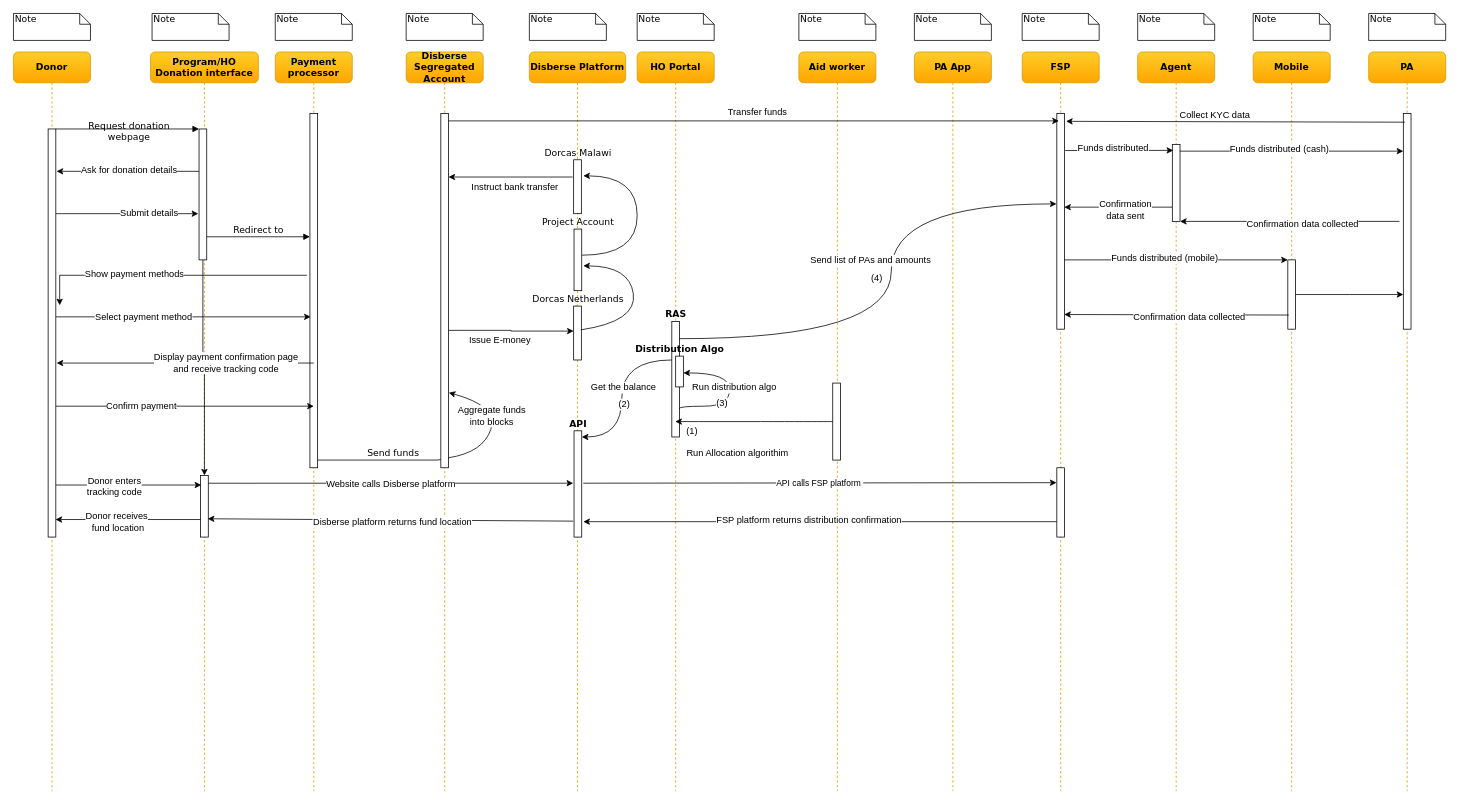
Before: Funds Flow Sequence Diagram.drawio in nsward/diagrams, a draw.io diagram. Source tidied: cells renumbered, new cells numbered last; positions are measured from the earlier drawing's top-left corner, leaving out a move shared by most shapes. Both pictures are drawn from the tidied source at 77%, with x=0, y=0 at pixel (13, 13).
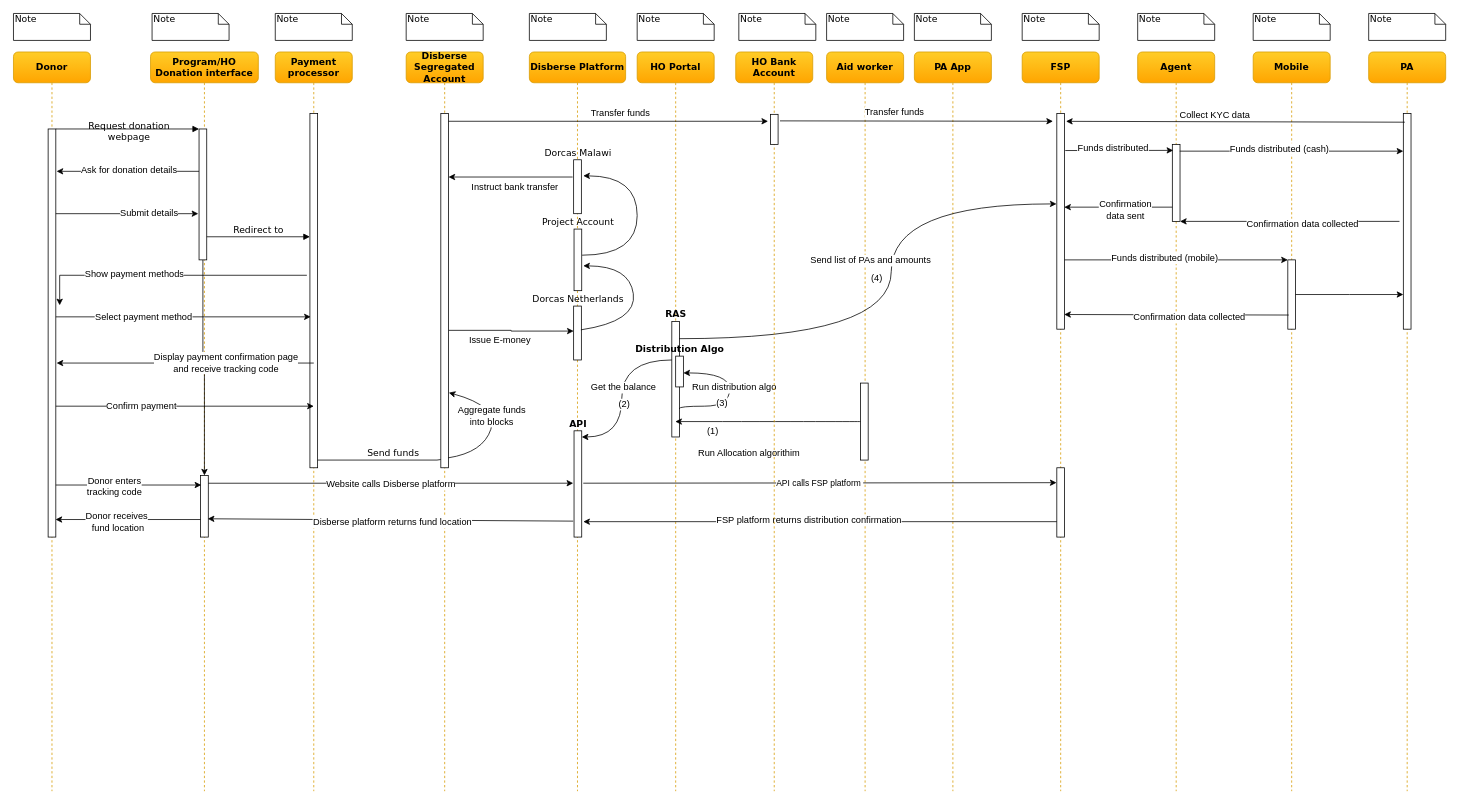
After the change.

Unchanged cells that the change refers to:
```xml
<mxCell id="19" style="html=1;points=[];perimeter=orthogonalPerimeter;rounded=0;shadow=0;comic=0;labelBackgroundColor=none;strokeColor=#000000;strokeWidth=1;fillColor=#FFFFFF;fontFamily=Verdana;fontSize=12;fontColor=#000000;align=center;verticalAlign=bottom;labelPosition=center;verticalLabelPosition=top;direction=west;" parent="18" vertex="1">
  <mxGeometry x="45" y="80" width="10" height="280" as="geometry" />
</mxCell>
<mxCell id="46" style="html=1;points=[];perimeter=orthogonalPerimeter;rounded=0;shadow=0;comic=0;labelBackgroundColor=none;strokeColor=#000000;strokeWidth=1;fillColor=#FFFFFF;fontFamily=Verdana;fontSize=12;fontColor=#000000;align=center;labelPosition=center;verticalLabelPosition=top;verticalAlign=bottom;" parent="45" vertex="1">
  <mxGeometry x="45" y="80" width="10" height="460" as="geometry" />
</mxCell>
```

What changed in the source:
```diff
@@
     <mxCell id="54" value="Aid worker" style="shape=umlLifeline;perimeter=lifelinePerimeter;whiteSpace=wrap;html=1;rounded=1;shadow=0;comic=0;labelBackgroundColor=none;strokeColor=#d79b00;strokeWidth=1;fillColor=#ffcd28;fontFamily=Verdana;fontSize=12;fontColor=#000000;align=center;fontStyle=1;gradientColor=#ffa500;" parent="1" vertex="1">
-      <mxGeometry x="1020" y="50" width="100" height="960" as="geometry" />
+      <mxGeometry x="1056" y="50" width="100" height="960" as="geometry" />
     </mxCell>
@@
     <mxCell id="56" value="Note" style="shape=note;whiteSpace=wrap;html=1;size=14;verticalAlign=top;align=left;spacingTop=-6;rounded=0;shadow=0;comic=0;labelBackgroundColor=none;strokeColor=#000000;strokeWidth=1;fillColor=#FFFFFF;fontFamily=Verdana;fontSize=12;fontColor=#000000;" parent="1" vertex="1">
-      <mxGeometry x="1020" width="100" height="35" as="geometry" />
+      <mxGeometry x="1056" width="100" height="35" as="geometry" />
     </mxCell>
@@
-    <mxCell id="90" style="endArrow=classic;html=1;entryX=0.73;entryY=0.966;entryDx=0;entryDy=0;entryPerimeter=0;" parent="1" edge="1" source="46" target="19">
-      <mxGeometry relative="1" as="geometry" />
+    <mxCell id="90" style="endArrow=classic;html=1;" parent="1" edge="1" source="46">
+      <mxGeometry relative="1" as="geometry">
+        <mxPoint x="980" y="140" as="targetPoint" />
+      </mxGeometry>
     </mxCell>
     <mxCell id="91" value="Transfer funds" style="text;html=1;align=center;verticalAlign=middle;labelBackgroundColor=#ffffff;" parent="90" vertex="1">
       <mxGeometry x="0.05" y="-3" relative="1" as="geometry">
-        <mxPoint x="-16" y="-15" as="offset" />
+        <mxPoint x="4" y="-15" as="offset" />
       </mxGeometry>
     </mxCell>
@@
+    <mxCell id="107" value="HO Bank Account" style="shape=umlLifeline;perimeter=lifelinePerimeter;whiteSpace=wrap;html=1;rounded=1;shadow=0;comic=0;labelBackgroundColor=none;strokeColor=#d79b00;strokeWidth=1;fillColor=#ffcd28;fontFamily=Verdana;fontSize=12;fontColor=#000000;align=center;fontStyle=1;gradientColor=#ffa500;" parent="1" vertex="1">
+      <mxGeometry x="938" y="50" width="100" height="960" as="geometry" />
+    </mxCell>
+    <mxCell id="108" style="html=1;points=[];perimeter=orthogonalPerimeter;rounded=0;shadow=0;comic=0;labelBackgroundColor=none;strokeColor=#000000;strokeWidth=1;fillColor=#FFFFFF;fontFamily=Verdana;fontSize=12;fontColor=#000000;align=center;verticalAlign=bottom;labelPosition=center;verticalLabelPosition=top;" parent="107" vertex="1">
+      <mxGeometry x="45" y="81" width="10" height="39" as="geometry" />
+    </mxCell>
+    <mxCell id="109" value="Note" style="shape=note;whiteSpace=wrap;html=1;size=14;verticalAlign=top;align=left;spacingTop=-6;rounded=0;shadow=0;comic=0;labelBackgroundColor=none;strokeColor=#000000;strokeWidth=1;fillColor=#FFFFFF;fontFamily=Verdana;fontSize=12;fontColor=#000000;" parent="1" vertex="1">
+      <mxGeometry x="942" width="100" height="35" as="geometry" />
+    </mxCell>
+    <mxCell id="110" style="endArrow=classic;html=1;exitX=1.25;exitY=0.218;exitDx=0;exitDy=0;exitPerimeter=0;" parent="1" edge="1" source="108">
+      <mxGeometry relative="1" as="geometry">
+        <mxPoint x="1350" y="140" as="targetPoint" />
+      </mxGeometry>
+    </mxCell>
+    <mxCell id="111" value="Transfer funds" style="text;html=1;align=center;verticalAlign=middle;labelBackgroundColor=#ffffff;" parent="110" vertex="1">
+      <mxGeometry x="0.05" y="-3" relative="1" as="geometry">
+        <mxPoint x="-38" y="-15" as="offset" />
+      </mxGeometry>
+    </mxCell>
```
